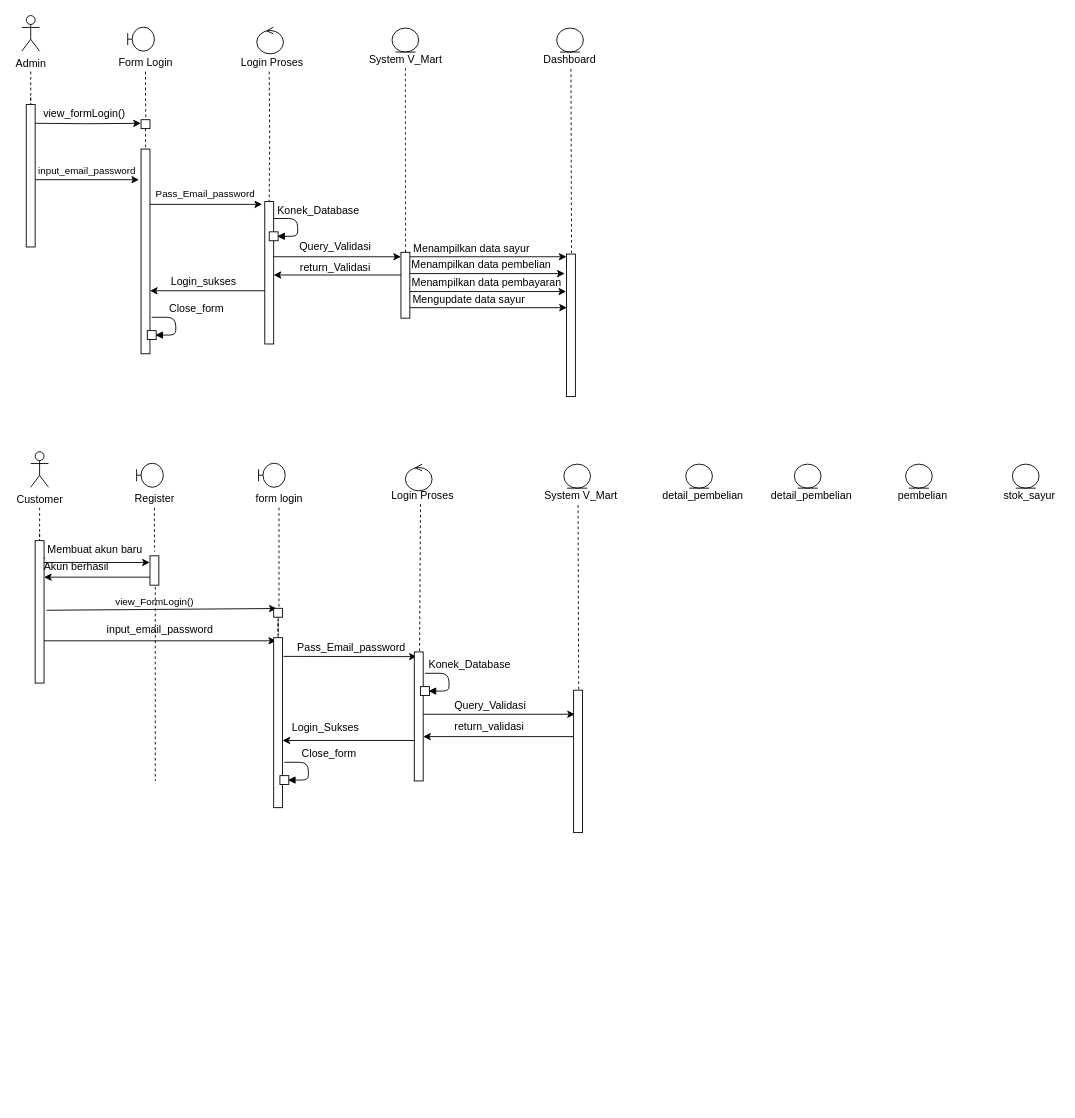
The draw.io diagram File_Proyek3/RPL/sequence.drawio in aldinurhanudin/Vmart_API, before the edit. Source tidied: cells renumbered, new cells numbered last; positions are measured from the earlier drawing's top-left corner, leaving out a move shared by most shapes. Both pictures are drawn from the tidied source at 89%, with x=0, y=0 at pixel (21, 15).
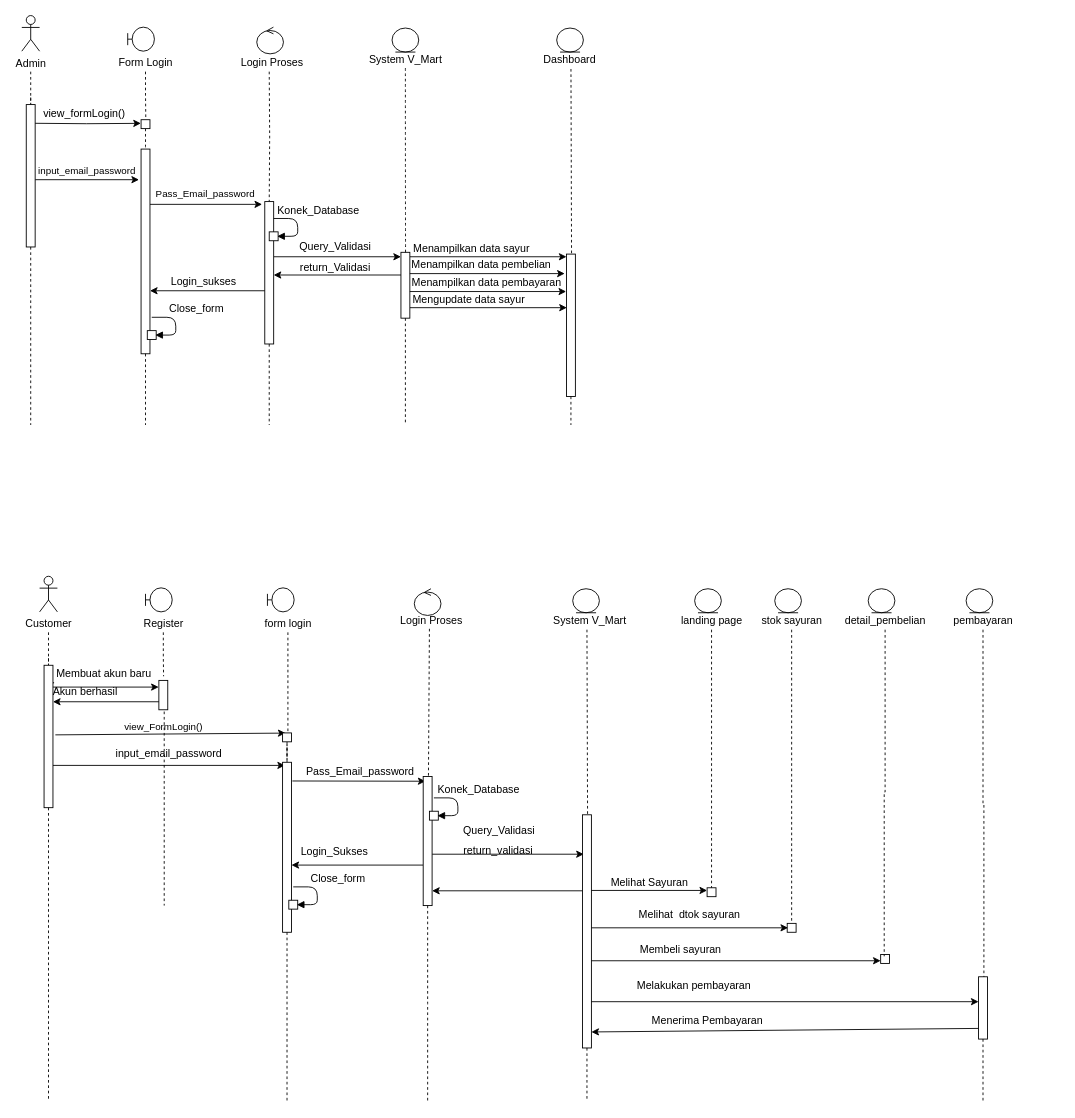
The same diagram, later.

The change refers to these unchanged cells:
```xml
<mxCell id="14" style="points=[];perimeter=orthogonalPerimeter;rounded=0;shadow=0;strokeWidth=1;" parent="2" vertex="1">
  <mxGeometry x="5" y="100" width="10" height="160" as="geometry" />
</mxCell>
<mxCell id="20" style="points=[];perimeter=orthogonalPerimeter;rounded=0;shadow=0;strokeWidth=1;" parent="2" vertex="1">
  <mxGeometry x="134" y="150" width="10" height="230" as="geometry" />
</mxCell>
<mxCell id="24" style="points=[];perimeter=orthogonalPerimeter;rounded=0;shadow=0;strokeWidth=1;" parent="2" vertex="1">
  <mxGeometry x="273" y="209" width="10" height="160" as="geometry" />
</mxCell>
<mxCell id="32" style="points=[];perimeter=orthogonalPerimeter;rounded=0;shadow=0;strokeWidth=1;" parent="2" vertex="1">
  <mxGeometry x="426" y="266" width="10" height="74" as="geometry" />
</mxCell>
<mxCell id="42" style="points=[];perimeter=orthogonalPerimeter;rounded=0;shadow=0;strokeWidth=1;" parent="2" vertex="1">
  <mxGeometry x="612" y="268" width="10" height="160" as="geometry" />
</mxCell>
<mxCell id="65" style="points=[];perimeter=orthogonalPerimeter;rounded=0;shadow=0;strokeWidth=1;" parent="52" vertex="1">
  <mxGeometry x="5" y="100" width="10" height="160" as="geometry" />
</mxCell>
<mxCell id="72" style="points=[];perimeter=orthogonalPerimeter;rounded=0;shadow=0;strokeWidth=1;" parent="52" vertex="1">
  <mxGeometry x="273" y="209" width="10" height="191" as="geometry" />
</mxCell>
<mxCell id="75" style="points=[];perimeter=orthogonalPerimeter;rounded=0;shadow=0;strokeWidth=1;" parent="52" vertex="1">
  <mxGeometry x="431" y="225" width="10" height="145" as="geometry" />
</mxCell>
```

What changed in the source:
```diff
@@
+    <mxCell id="104" style="group;" parent="1" vertex="1">
+      <mxGeometry x="20" y="630" width="1100" height="530" as="geometry" />
+    </mxCell>
-    <mxCell id="50" style="group;" parent="1" vertex="1">
-      <mxGeometry x="10" y="490" width="676" height="428" as="geometry" />
+    <mxCell id="50" style="group;" parent="104" vertex="1">
+      <mxGeometry width="676" height="530" as="geometry" />
     </mxCell>
@@
     <mxCell id="52" style="group;" parent="50" vertex="1">
-      <mxGeometry width="631" height="428" as="geometry" />
+      <mxGeometry width="631" height="530" as="geometry" />
     </mxCell>
@@
     <mxCell id="80" style="points=[];perimeter=orthogonalPerimeter;rounded=0;shadow=0;strokeWidth=1;" parent="52" vertex="1">
-      <mxGeometry x="610" y="268" width="10" height="160" as="geometry" />
+      <mxGeometry x="610" y="268" width="10" height="262" as="geometry" />
     </mxCell>
@@
-    <mxCell id="91" value="Akun berhasil" style="text;html=1;align=center;verticalAlign=middle;" parent="1" vertex="1">
-      <mxGeometry x="16" y="610" width="90" height="20" as="geometry" />
+    <mxCell id="91" value="Akun berhasil" style="text;html=1;align=center;verticalAlign=middle;" parent="104" vertex="1">
+      <mxGeometry x="6" y="120" width="90" height="20" as="geometry" />
     </mxCell>
-    <mxCell id="92" value="input_email_password" style="text;html=1;align=center;verticalAlign=middle;" parent="1" vertex="1">
-      <mxGeometry x="90" y="680" width="130" height="20" as="geometry" />
+    <mxCell id="92" value="input_email_password" style="text;html=1;align=center;verticalAlign=middle;" parent="104" vertex="1">
+      <mxGeometry x="80" y="190" width="130" height="20" as="geometry" />
     </mxCell>
-    <mxCell id="93" value="Login Proses" style="text;html=1;align=center;verticalAlign=middle;" parent="1" vertex="1">
-      <mxGeometry x="405" y="530" width="90" height="20" as="geometry" />
+    <mxCell id="93" value="Login Proses" style="text;html=1;align=center;verticalAlign=middle;" parent="104" vertex="1">
+      <mxGeometry x="395" y="40" width="90" height="20" as="geometry" />
     </mxCell>
-    <mxCell id="94" value="Query_Validasi" style="text;html=1;align=center;verticalAlign=middle;" parent="1" vertex="1">
-      <mxGeometry x="476" y="766" width="100" height="20" as="geometry" />
+    <mxCell id="94" value="Query_Validasi" style="text;html=1;align=center;verticalAlign=middle;" parent="104" vertex="1">
+      <mxGeometry x="466" y="276" width="100" height="20" as="geometry" />
     </mxCell>
-    <mxCell id="95" value="return_validasi" style="text;html=1;align=center;verticalAlign=middle;" parent="1" vertex="1">
-      <mxGeometry x="480" y="789" width="90" height="20" as="geometry" />
+    <mxCell id="95" value="return_validasi" style="text;html=1;align=center;verticalAlign=middle;" parent="104" vertex="1">
+      <mxGeometry x="470" y="299" width="90" height="20" as="geometry" />
     </mxCell>
-    <mxCell id="96" value="detail_pembelian" style="text;html=1;align=center;verticalAlign=middle;points=[];" parent="1" vertex="1">
-      <mxGeometry x="832" y="530" width="110" height="20" as="geometry" />
+    <mxCell id="96" value="stok sayuran" style="text;html=1;align=center;verticalAlign=middle;points=[];" parent="104" vertex="1">
+      <mxGeometry x="805" y="40" width="80" height="20" as="geometry" />
     </mxCell>
-    <mxCell id="97" style="ellipse;shape=umlEntity;whiteSpace=wrap;html=1;" parent="1" vertex="1">
-      <mxGeometry x="868" y="504" width="30" height="27" as="geometry" />
+    <mxCell id="97" style="ellipse;shape=umlEntity;whiteSpace=wrap;html=1;" parent="104" vertex="1">
+      <mxGeometry x="826" y="14" width="30" height="27" as="geometry" />
     </mxCell>
-    <mxCell id="98" value="pembelian" style="text;html=1;align=center;verticalAlign=middle;points=[];" parent="1" vertex="1">
-      <mxGeometry x="977" y="530" width="70" height="20" as="geometry" />
+    <mxCell id="98" value="detail_pembelian" style="text;html=1;align=center;verticalAlign=middle;points=[];" parent="104" vertex="1">
+      <mxGeometry x="895" y="40" width="110" height="20" as="geometry" />
     </mxCell>
-    <mxCell id="99" style="ellipse;shape=umlEntity;whiteSpace=wrap;html=1;" parent="1" vertex="1">
-      <mxGeometry x="993" y="504" width="30" height="27" as="geometry" />
+    <mxCell id="99" style="ellipse;shape=umlEntity;whiteSpace=wrap;html=1;" parent="104" vertex="1">
+      <mxGeometry x="931" y="14" width="30" height="27" as="geometry" />
     </mxCell>
-    <mxCell id="100" value="stok_sayur" style="text;html=1;align=center;verticalAlign=middle;points=[];" parent="1" vertex="1">
-      <mxGeometry x="1097" y="530" width="70" height="20" as="geometry" />
+    <mxCell id="100" value="pembayaran" style="text;html=1;align=center;verticalAlign=middle;points=[];" parent="104" vertex="1">
+      <mxGeometry x="1020" y="40" width="80" height="20" as="geometry" />
     </mxCell>
-    <mxCell id="101" style="ellipse;shape=umlEntity;whiteSpace=wrap;html=1;" parent="1" vertex="1">
-      <mxGeometry x="1113" y="504" width="30" height="27" as="geometry" />
+    <mxCell id="101" style="ellipse;shape=umlEntity;whiteSpace=wrap;html=1;" parent="104" vertex="1">
+      <mxGeometry x="1041" y="14" width="30" height="27" as="geometry" />
     </mxCell>
-    <mxCell id="102" value="detail_pembelian" style="text;html=1;align=center;verticalAlign=middle;points=[];" parent="1" vertex="1">
-      <mxGeometry x="710" y="530" width="110" height="20" as="geometry" />
+    <mxCell id="102" value="landing page" style="text;html=1;align=center;verticalAlign=middle;points=[];" parent="104" vertex="1">
+      <mxGeometry x="715" y="40" width="80" height="20" as="geometry" />
     </mxCell>
-    <mxCell id="103" style="ellipse;shape=umlEntity;whiteSpace=wrap;html=1;" parent="1" vertex="1">
-      <mxGeometry x="746" y="504" width="30" height="27" as="geometry" />
+    <mxCell id="103" style="ellipse;shape=umlEntity;whiteSpace=wrap;html=1;" parent="104" vertex="1">
+      <mxGeometry x="736" y="14" width="30" height="27" as="geometry" />
     </mxCell>
+    <mxCell id="105" style="rounded=0;orthogonalLoop=1;jettySize=auto;html=1;entryX=0;entryY=0.144;entryDx=0;entryDy=0;entryPerimeter=0;endArrow=classic;endFill=1;" parent="104" edge="1">
+      <mxGeometry relative="1" as="geometry">
+        <mxPoint x="620" y="353" as="sourcePoint" />
+        <mxPoint x="750" y="353" as="targetPoint" />
+      </mxGeometry>
+    </mxCell>
+    <mxCell id="106" value="Melihat Sayuran" style="text;html=1;align=center;verticalAlign=middle;" parent="104" vertex="1">
+      <mxGeometry x="635" y="334" width="100" height="20" as="geometry" />
+    </mxCell>
+    <mxCell id="107" style="points=[];perimeter=orthogonalPerimeter;rounded=0;shadow=0;strokeWidth=1;" parent="104" vertex="1">
+      <mxGeometry x="750" y="350" width="10" height="10" as="geometry" />
+    </mxCell>
+    <mxCell id="108" style="edgeStyle=orthogonalEdgeStyle;rounded=0;jettySize=auto;html=1;dashed=1;endArrow=none;endFill=0;" parent="104" edge="1" source="102" target="107">
+      <mxGeometry relative="1" as="geometry" />
+    </mxCell>
+    <mxCell id="109" style="points=[];perimeter=orthogonalPerimeter;rounded=0;shadow=0;strokeWidth=1;" parent="104" vertex="1">
+      <mxGeometry x="840" y="390" width="10" height="10" as="geometry" />
+    </mxCell>
+    <mxCell id="110" style="edgeStyle=orthogonalEdgeStyle;rounded=0;jettySize=auto;html=1;dashed=1;endArrow=none;endFill=0;entryX=0.5;entryY=0;entryDx=0;entryDy=0;entryPerimeter=0;" parent="104" edge="1" source="96" target="109">
+      <mxGeometry relative="1" as="geometry" />
+    </mxCell>
+    <mxCell id="111" style="points=[];perimeter=orthogonalPerimeter;rounded=0;shadow=0;strokeWidth=1;" parent="104" vertex="1">
+      <mxGeometry x="945" y="425" width="10" height="10" as="geometry" />
+    </mxCell>
+    <mxCell id="112" style="edgeStyle=orthogonalEdgeStyle;rounded=0;jettySize=auto;html=1;dashed=1;endArrow=none;endFill=0;entryX=0.4;entryY=0.2;entryDx=0;entryDy=0;entryPerimeter=0;" parent="104" edge="1" source="98" target="111">
+      <mxGeometry relative="1" as="geometry" />
+    </mxCell>
+    <mxCell id="113" style="points=[];perimeter=orthogonalPerimeter;rounded=0;shadow=0;strokeWidth=1;" parent="104" vertex="1">
+      <mxGeometry x="1055" y="450" width="10" height="70" as="geometry" />
+    </mxCell>
+    <mxCell id="114" style="edgeStyle=none;rounded=0;jettySize=auto;html=1;entryX=0.1;entryY=0.5;entryDx=0;entryDy=0;entryPerimeter=0;endArrow=classic;endFill=1;" parent="104" edge="1" source="80" target="109">
+      <mxGeometry relative="1" as="geometry" />
+    </mxCell>
+    <mxCell id="115" style="edgeStyle=none;rounded=0;jettySize=auto;html=1;endArrow=classic;endFill=1;" parent="104" edge="1" target="111">
+      <mxGeometry relative="1" as="geometry">
+        <mxPoint x="620" y="432" as="sourcePoint" />
+      </mxGeometry>
+    </mxCell>
+    <mxCell id="116" style="edgeStyle=orthogonalEdgeStyle;rounded=0;jettySize=auto;html=1;dashed=1;endArrow=none;endFill=0;entryX=0.6;entryY=0;entryDx=0;entryDy=0;entryPerimeter=0;" parent="104" edge="1" source="100" target="113">
+      <mxGeometry relative="1" as="geometry" />
+    </mxCell>
+    <mxCell id="117" style="edgeStyle=none;rounded=0;jettySize=auto;html=1;entryX=0;entryY=0.4;entryDx=0;entryDy=0;entryPerimeter=0;endArrow=classic;endFill=1;" parent="104" edge="1" source="80" target="113">
+      <mxGeometry relative="1" as="geometry" />
+    </mxCell>
+    <mxCell id="118" value="Melihat&amp;nbsp; dtok sayuran" style="text;html=1;align=center;verticalAlign=middle;" parent="104" vertex="1">
+      <mxGeometry x="665" y="370" width="130" height="20" as="geometry" />
+    </mxCell>
+    <mxCell id="119" style="edgeStyle=none;rounded=0;jettySize=auto;html=1;endArrow=none;endFill=0;startArrow=classic;startFill=1;entryX=0;entryY=0.829;entryDx=0;entryDy=0;entryPerimeter=0;" parent="104" edge="1" target="113">
+      <mxGeometry relative="1" as="geometry">
+        <mxPoint x="620" y="512" as="sourcePoint" />
+      </mxGeometry>
+    </mxCell>
+    <mxCell id="120" value="Menerima Pembayaran" style="text;html=1;align=center;verticalAlign=middle;" parent="104" vertex="1">
+      <mxGeometry x="680" y="490" width="140" height="20" as="geometry" />
+    </mxCell>
+    <mxCell id="121" value="Melakukan pembayaran" style="text;html=1;align=center;verticalAlign=middle;" parent="104" vertex="1">
+      <mxGeometry x="665" y="450" width="140" height="20" as="geometry" />
+    </mxCell>
+    <mxCell id="122" value="Membeli sayuran" style="text;html=1;align=center;verticalAlign=middle;" parent="104" vertex="1">
+      <mxGeometry x="665" y="410" width="110" height="20" as="geometry" />
+    </mxCell>
+    <mxCell id="123" style="edgeStyle=orthogonalEdgeStyle;rounded=0;jettySize=auto;html=1;dashed=1;endArrow=none;endFill=0;" parent="1" edge="1" source="80">
+      <mxGeometry relative="1" as="geometry">
+        <mxPoint x="635" y="1220" as="targetPoint" />
+      </mxGeometry>
+    </mxCell>
+    <mxCell id="124" style="edgeStyle=orthogonalEdgeStyle;rounded=0;jettySize=auto;html=1;startArrow=none;startFill=0;endArrow=none;endFill=0;dashed=1;" parent="1" edge="1" source="75">
+      <mxGeometry relative="1" as="geometry">
+        <mxPoint x="456" y="1220" as="targetPoint" />
+      </mxGeometry>
+    </mxCell>
+    <mxCell id="125" style="edgeStyle=orthogonalEdgeStyle;rounded=0;jettySize=auto;html=1;dashed=1;endArrow=none;endFill=0;" parent="1" edge="1" source="72">
+      <mxGeometry relative="1" as="geometry">
+        <mxPoint x="298" y="1220" as="targetPoint" />
+      </mxGeometry>
+    </mxCell>
+    <mxCell id="126" style="edgeStyle=orthogonalEdgeStyle;rounded=0;jettySize=auto;html=1;dashed=1;endArrow=none;endFill=0;" parent="1" edge="1" source="65">
+      <mxGeometry relative="1" as="geometry">
+        <mxPoint x="30" y="1220" as="targetPoint" />
+      </mxGeometry>
+    </mxCell>
+    <mxCell id="127" style="edgeStyle=orthogonalEdgeStyle;rounded=0;jettySize=auto;html=1;endArrow=none;endFill=0;dashed=1;" parent="1" edge="1" source="113">
+      <mxGeometry relative="1" as="geometry">
+        <mxPoint x="1080" y="1220" as="targetPoint" />
+      </mxGeometry>
+    </mxCell>
+    <mxCell id="128" style="edgeStyle=orthogonalEdgeStyle;rounded=0;jettySize=auto;html=1;dashed=1;startArrow=none;startFill=0;endArrow=none;endFill=0;" parent="1" edge="1" source="14">
+      <mxGeometry relative="1" as="geometry">
+        <mxPoint x="10" y="460" as="targetPoint" />
+      </mxGeometry>
+    </mxCell>
+    <mxCell id="129" style="edgeStyle=orthogonalEdgeStyle;rounded=0;jettySize=auto;html=1;dashed=1;startArrow=none;startFill=0;endArrow=none;endFill=0;" parent="1" edge="1" source="20">
+      <mxGeometry relative="1" as="geometry">
+        <mxPoint x="139" y="460" as="targetPoint" />
+      </mxGeometry>
+    </mxCell>
+    <mxCell id="130" style="edgeStyle=orthogonalEdgeStyle;rounded=0;jettySize=auto;html=1;dashed=1;startArrow=none;startFill=0;endArrow=none;endFill=0;" parent="1" edge="1" source="24">
+      <mxGeometry relative="1" as="geometry">
+        <mxPoint x="278" y="460" as="targetPoint" />
+      </mxGeometry>
+    </mxCell>
+    <mxCell id="131" style="edgeStyle=orthogonalEdgeStyle;rounded=0;jettySize=auto;html=1;dashed=1;startArrow=none;startFill=0;endArrow=none;endFill=0;" parent="1" edge="1" source="32">
+      <mxGeometry relative="1" as="geometry">
+        <mxPoint x="431" y="460" as="targetPoint" />
+      </mxGeometry>
+    </mxCell>
+    <mxCell id="132" style="edgeStyle=orthogonalEdgeStyle;rounded=0;jettySize=auto;html=1;dashed=1;startArrow=none;startFill=0;endArrow=none;endFill=0;" parent="1" edge="1" source="42">
+      <mxGeometry relative="1" as="geometry">
+        <mxPoint x="617" y="460" as="targetPoint" />
+      </mxGeometry>
+    </mxCell>
```
